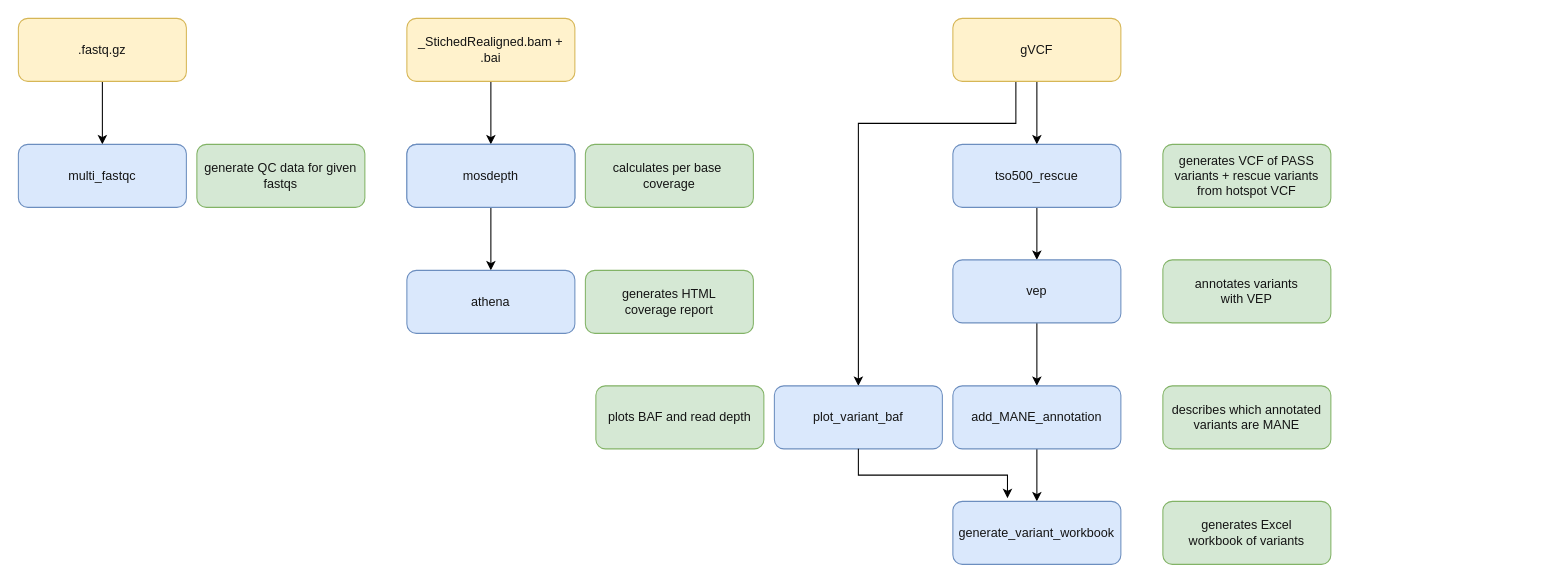
eastgenomics/eggd_TSO500_reports_workflow keeps this draw.io diagram as images/tso500_reports_workflow.drawio. Above is the earlier version. Source tidied: cells renumbered, new cells numbered last; positions are measured from the earlier drawing's top-left corner, leaving out a move shared by most shapes. Both pictures are drawn from the tidied source at 105%, with x=0, y=0 at pixel (18, 18).
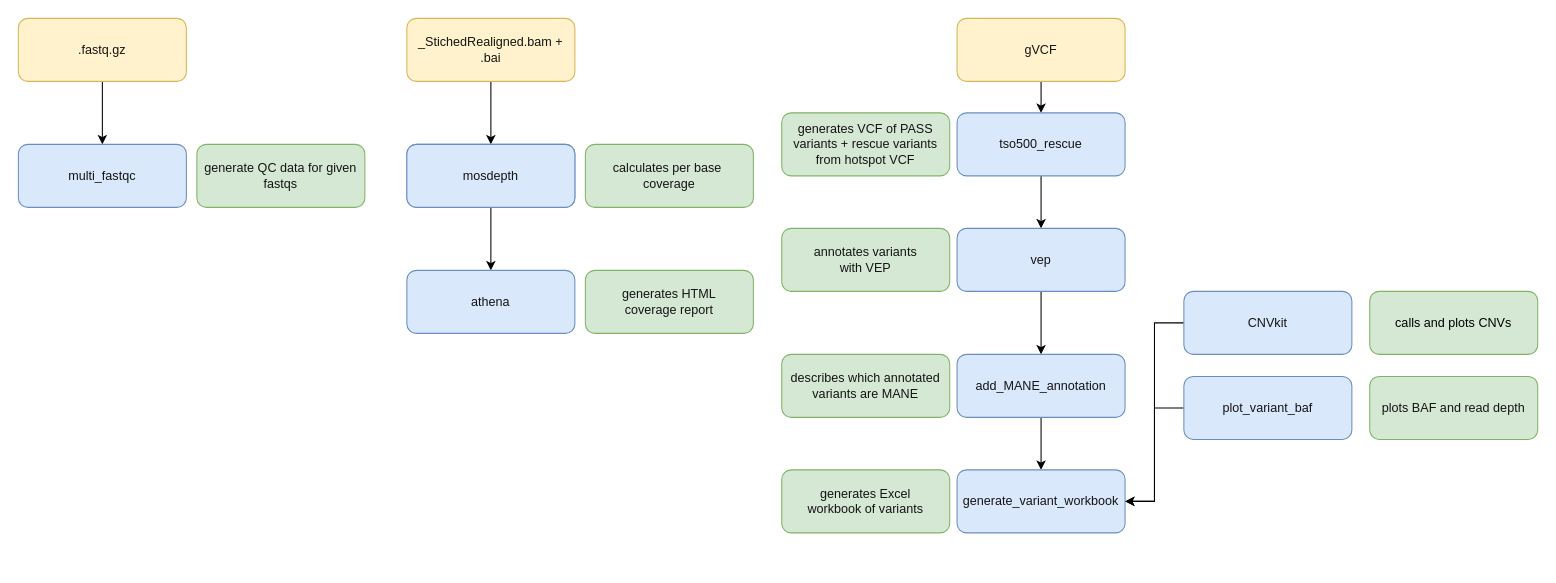
The same page after the edit.

What changed in the source:
```diff
@@
-    <mxCell id="4" style="edgeStyle=none;html=1;fontColor=#141414;exitX=0.5;exitY=1;exitDx=0;exitDy=0;" parent="1" edge="1" source="6" target="10">
+    <mxCell id="4" style="edgeStyle=orthogonalEdgeStyle;rounded=0;jettySize=auto;html=1;" parent="1" edge="1" source="6" target="10">
       <mxGeometry relative="1" as="geometry" />
     </mxCell>
-    <mxCell id="5" style="edgeStyle=orthogonalEdgeStyle;rounded=0;jettySize=auto;html=1;entryX=0.5;entryY=0;entryDx=0;entryDy=0;exitX=0.375;exitY=1;exitDx=0;exitDy=0;exitPerimeter=0;" parent="1" edge="1" source="6" target="26">
-      <mxGeometry relative="1" as="geometry">
-        <Array as="points">
-          <mxPoint x="950" y="100" />
-          <mxPoint x="800" y="100" />
-        </Array>
-      </mxGeometry>
-    </mxCell>
     <mxCell id="6" value="gVCF" style="rounded=1;whiteSpace=wrap;html=1;fillColor=#fff2cc;strokeColor=#d6b656;fontColor=#141414;" parent="1" vertex="1">
-      <mxGeometry x="890" width="160" height="60" as="geometry" />
+      <mxGeometry x="894" width="160" height="60" as="geometry" />
     </mxCell>
@@
     <mxCell id="10" value="&lt;font color=&quot;#141414&quot;&gt;tso500_rescue&lt;/font&gt;" style="rounded=1;whiteSpace=wrap;html=1;fillColor=#dae8fc;strokeColor=#6c8ebf;" parent="1" vertex="1">
-      <mxGeometry x="890" y="120" width="160" height="60" as="geometry" />
+      <mxGeometry x="894" y="90" width="160" height="60" as="geometry" />
     </mxCell>
@@
     <mxCell id="12" style="edgeStyle=none;html=1;fontColor=#141414;" parent="1" edge="1" target="15">
       <mxGeometry relative="1" as="geometry">
-        <mxPoint x="970" y="410" as="sourcePoint" />
+        <mxPoint x="974" y="380" as="sourcePoint" />
       </mxGeometry>
     </mxCell>
@@
     <mxCell id="14" value="&lt;font color=&quot;#141414&quot;&gt;vep&lt;/font&gt;" style="rounded=1;whiteSpace=wrap;html=1;fillColor=#dae8fc;strokeColor=#6c8ebf;" parent="1" vertex="1">
-      <mxGeometry x="890" y="230" width="160" height="60" as="geometry" />
+      <mxGeometry x="894" y="200" width="160" height="60" as="geometry" />
     </mxCell>
     <mxCell id="15" value="&lt;font color=&quot;#141414&quot;&gt;generate_variant_workbook&lt;/font&gt;" style="rounded=1;whiteSpace=wrap;html=1;fillColor=#dae8fc;strokeColor=#6c8ebf;" parent="1" vertex="1">
-      <mxGeometry x="890" y="460" width="160" height="60" as="geometry" />
+      <mxGeometry x="894" y="430" width="160" height="60" as="geometry" />
     </mxCell>
     <mxCell id="16" value="&lt;font color=&quot;#141414&quot;&gt;generates VCF of PASS variants + rescue variants from hotspot VCF&lt;/font&gt;" style="rounded=1;whiteSpace=wrap;html=1;fillColor=#d5e8d4;strokeColor=#82b366;" parent="1" vertex="1">
-      <mxGeometry x="1090" y="120" width="160" height="60" as="geometry" />
+      <mxGeometry x="727" y="90" width="160" height="60" as="geometry" />
     </mxCell>
     <mxCell id="17" value="&lt;font color=&quot;#141414&quot;&gt;annotates variants&lt;br&gt;with VEP&lt;/font&gt;" style="rounded=1;whiteSpace=wrap;html=1;fillColor=#d5e8d4;strokeColor=#82b366;" parent="1" vertex="1">
-      <mxGeometry x="1090" y="230" width="160" height="60" as="geometry" />
+      <mxGeometry x="727" y="200" width="160" height="60" as="geometry" />
     </mxCell>
     <mxCell id="18" value="&lt;font color=&quot;#141414&quot;&gt;generates Excel &lt;br&gt;workbook of variants&lt;/font&gt;" style="rounded=1;whiteSpace=wrap;html=1;fillColor=#d5e8d4;strokeColor=#82b366;" parent="1" vertex="1">
-      <mxGeometry x="1090" y="460" width="160" height="60" as="geometry" />
+      <mxGeometry x="727" y="430" width="160" height="60" as="geometry" />
     </mxCell>
@@
+    <mxCell id="29" style="edgeStyle=orthogonalEdgeStyle;rounded=0;jettySize=auto;html=1;entryX=1;entryY=0.5;entryDx=0;entryDy=0;" parent="1" edge="1" source="26" target="15">
+      <mxGeometry relative="1" as="geometry" />
+    </mxCell>
     <mxCell id="26" value="&lt;font color=&quot;#141414&quot;&gt;plot_variant_baf&lt;/font&gt;" style="rounded=1;whiteSpace=wrap;html=1;fillColor=#dae8fc;strokeColor=#6c8ebf;" parent="1" vertex="1">
-      <mxGeometry x="720" y="350" width="160" height="60" as="geometry" />
+      <mxGeometry x="1110" y="341" width="160" height="60" as="geometry" />
     </mxCell>
     <mxCell id="27" value="&lt;font color=&quot;#141414&quot;&gt;add_MANE_annotation&lt;/font&gt;" style="rounded=1;whiteSpace=wrap;html=1;fillColor=#dae8fc;strokeColor=#6c8ebf;" parent="1" vertex="1">
-      <mxGeometry x="890" y="350" width="160" height="60" as="geometry" />
+      <mxGeometry x="894" y="320" width="160" height="60" as="geometry" />
     </mxCell>
     <mxCell id="28" value="&lt;font color=&quot;#141414&quot;&gt;describes which annotated&lt;/font&gt;&lt;div&gt;&lt;font color=&quot;#141414&quot;&gt;variants are MANE&lt;/font&gt;&lt;/div&gt;" style="rounded=1;whiteSpace=wrap;html=1;fillColor=#d5e8d4;strokeColor=#82b366;" parent="1" vertex="1">
-      <mxGeometry x="1090" y="350" width="160" height="60" as="geometry" />
+      <mxGeometry x="727" y="320" width="160" height="60" as="geometry" />
     </mxCell>
-    <mxCell id="29" style="edgeStyle=orthogonalEdgeStyle;rounded=0;jettySize=auto;html=1;entryX=0.325;entryY=-0.05;entryDx=0;entryDy=0;entryPerimeter=0;exitX=0.5;exitY=1;exitDx=0;exitDy=0;" parent="1" edge="1" source="26" target="15">
-      <mxGeometry relative="1" as="geometry" />
-    </mxCell>
     <mxCell id="30" value="&lt;font color=&quot;#141414&quot;&gt;plots BAF and read depth&lt;/font&gt;" style="rounded=1;whiteSpace=wrap;html=1;fillColor=#d5e8d4;strokeColor=#82b366;" parent="1" vertex="1">
-      <mxGeometry x="550" y="350" width="160" height="60" as="geometry" />
+      <mxGeometry x="1287" y="341" width="160" height="60" as="geometry" />
     </mxCell>
+    <mxCell id="31" style="edgeStyle=orthogonalEdgeStyle;rounded=0;jettySize=auto;html=1;entryX=1;entryY=0.5;entryDx=0;entryDy=0;" parent="1" edge="1" source="32" target="15">
+      <mxGeometry relative="1" as="geometry" />
+    </mxCell>
+    <mxCell id="32" value="&lt;font color=&quot;#141414&quot;&gt;CNVkit&lt;/font&gt;" style="rounded=1;whiteSpace=wrap;html=1;fillColor=#dae8fc;strokeColor=#6c8ebf;" parent="1" vertex="1">
+      <mxGeometry x="1110" y="260" width="160" height="60" as="geometry" />
+    </mxCell>
+    <mxCell id="33" value="calls and plots CNVs" style="rounded=1;whiteSpace=wrap;html=1;fillColor=#d5e8d4;strokeColor=#82b366;" parent="1" vertex="1">
+      <mxGeometry x="1287" y="260" width="160" height="60" as="geometry" />
+    </mxCell>
```
